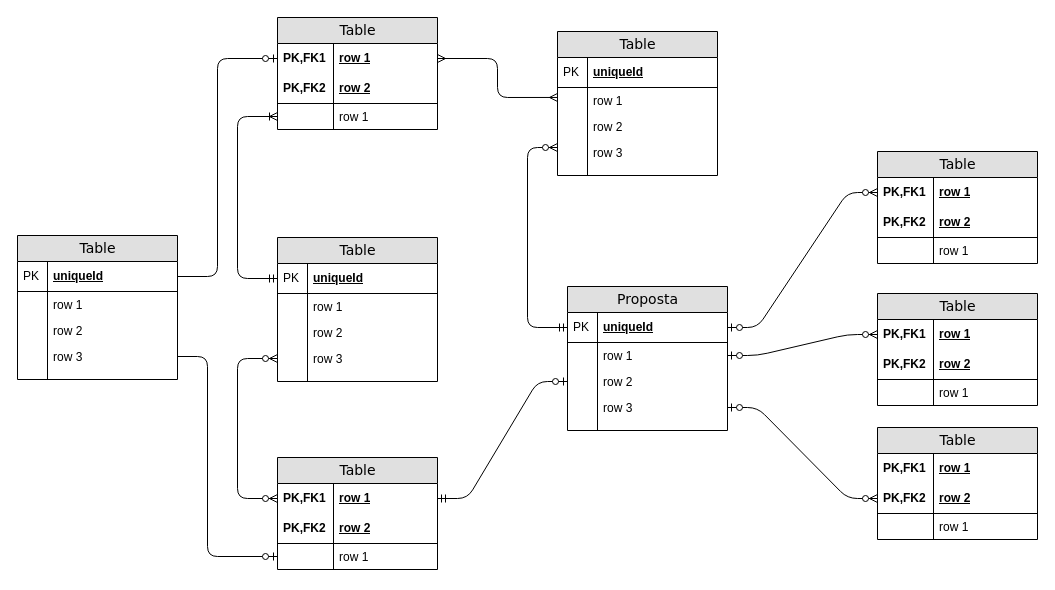
This is Untitled Diagram.drawio from dmiguez-hub/dmiguez, a draw.io file, before an edit. Source tidied: cells renumbered, new cells numbered last; positions are measured from the earlier drawing's top-left corner, leaving out a move shared by most shapes. Both pictures are drawn from the tidied source at 100%, with x=0, y=0 at pixel (17, 17).
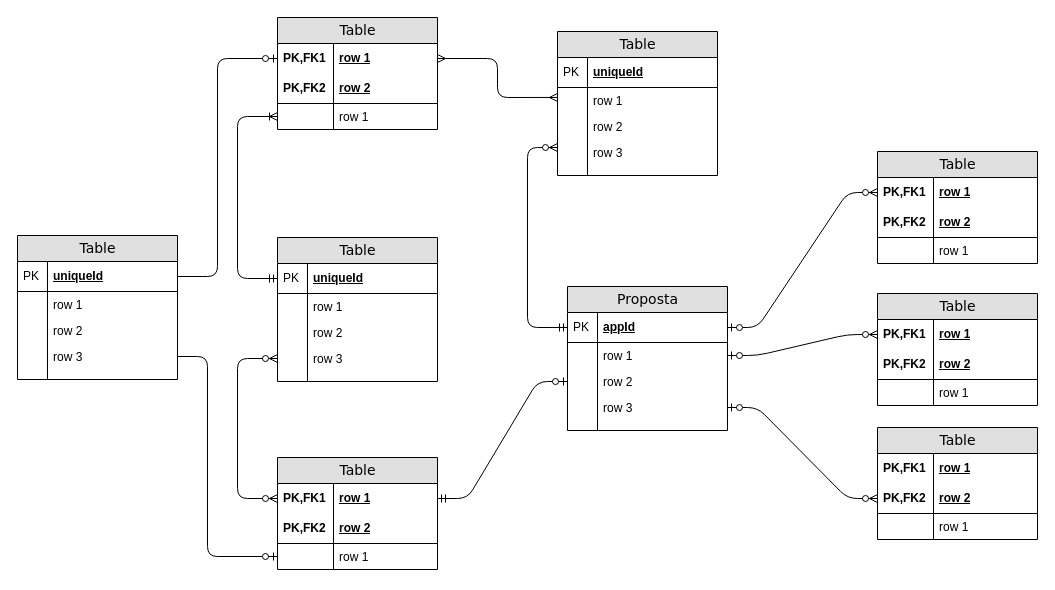
The same page after the edit.

Unchanged cells that the change refers to:
```xml
<mxCell id="31" value="Proposta" style="swimlane;html=1;fontStyle=0;horizontal=1;startSize=26;fillColor=#e0e0e0;swimlaneFillColor=#ffffff;align=center;rounded=0;shadow=0;comic=0;labelBackgroundColor=none;strokeWidth=1;fontFamily=Verdana;fontSize=14;" parent="1" vertex="1">
  <mxGeometry x="550" y="269" width="160" height="144" as="geometry" />
</mxCell>
```

What changed in the source:
```diff
@@
-    <mxCell id="32" value="uniqueId" style="shape=partialRectangle;top=0;left=0;right=0;bottom=1;html=1;align=left;verticalAlign=middle;fillColor=none;spacingLeft=34;spacingRight=4;whiteSpace=wrap;overflow=hidden;points=[[0,0.5],[1,0.5]];portConstraint=eastwest;fontStyle=5;" parent="31" vertex="1">
+    <mxCell id="32" value="appId" style="shape=partialRectangle;top=0;left=0;right=0;bottom=1;html=1;align=left;verticalAlign=middle;fillColor=none;spacingLeft=34;spacingRight=4;whiteSpace=wrap;overflow=hidden;points=[[0,0.5],[1,0.5]];portConstraint=eastwest;fontStyle=5;" parent="31" vertex="1">
       <mxGeometry y="26" width="160" height="30" as="geometry" />
     </mxCell>
```
